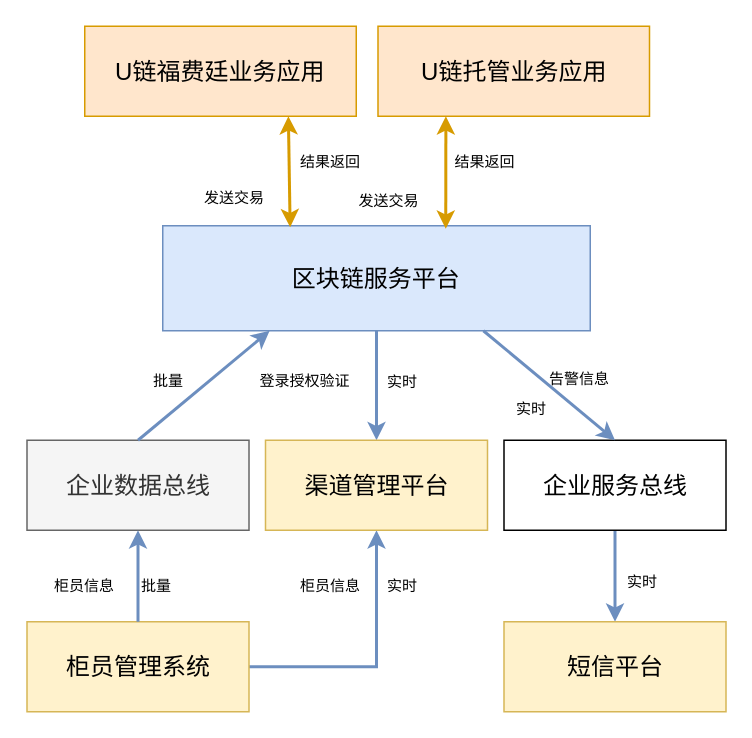
The draw.io diagram repository/drawio/postb/上线部署-逻辑架构图.drawio in dilide/collections, before the edit. Source tidied: cells renumbered, new cells numbered last; positions are measured from the earlier drawing's top-left corner, leaving out a move shared by most shapes. Both pictures are drawn from the tidied source at 150%, with x=0, y=0 at pixel (27, 26).
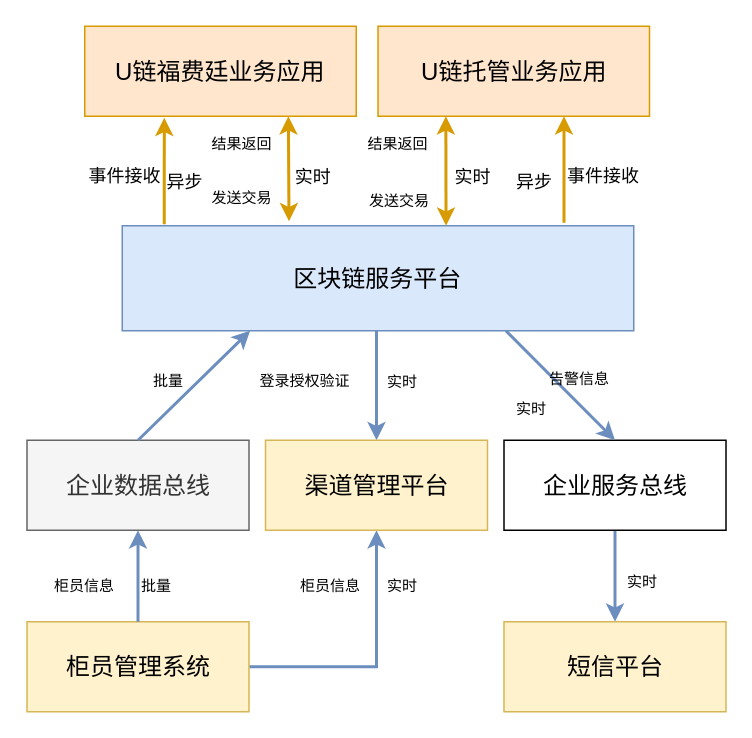
Above is the later version.

Commit message:
Update 上线部署-逻辑架构图.drawio

The change refers to these unchanged cells:
```xml
<mxCell id="4" value="U链福费廷业务应用" style="rounded=0;whiteSpace=wrap;html=1;fontSize=16;fillColor=#ffe6cc;strokeColor=#d79b00;" parent="1" vertex="1">
  <mxGeometry x="38" width="181" height="60" as="geometry" />
</mxCell>
<mxCell id="5" value="U链托管业务应用" style="rounded=0;whiteSpace=wrap;html=1;fontSize=16;fillColor=#ffe6cc;strokeColor=#d79b00;" parent="1" vertex="1">
  <mxGeometry x="233.5" width="181" height="60" as="geometry" />
</mxCell>
<mxCell id="11" value="渠道管理平台" style="rounded=0;whiteSpace=wrap;html=1;fontSize=16;fillColor=#fff2cc;strokeColor=#d6b656;" parent="1" vertex="1">
  <mxGeometry x="158.5" y="276" width="148" height="60" as="geometry" />
</mxCell>
```

What changed in the source:
```diff
@@
     <mxCell id="2" style="edgeStyle=orthogonalEdgeStyle;rounded=0;jettySize=auto;html=1;exitX=0.5;exitY=1;exitDx=0;exitDy=0;entryX=0.5;entryY=0;entryDx=0;entryDy=0;strokeColor=#6C8EBF;strokeWidth=2;fontSize=10;" parent="1" edge="1" source="3" target="11">
-      <mxGeometry relative="1" as="geometry" />
+      <mxGeometry relative="1" as="geometry">
+        <Array as="points">
+          <mxPoint x="233" y="203" />
+        </Array>
+      </mxGeometry>
     </mxCell>
     <mxCell id="3" value="区块链服务平台" style="rounded=0;whiteSpace=wrap;html=1;fontSize=16;fillColor=#dae8fc;strokeColor=#6c8ebf;" parent="1" vertex="1">
-      <mxGeometry x="90" y="133" width="285" height="70" as="geometry" />
+      <mxGeometry x="63" y="133" width="341" height="70" as="geometry" />
     </mxCell>
@@
-    <mxCell id="13" style="endArrow=classic;startArrow=classic;html=1;strokeColor=#d79b00;strokeWidth=2;fontSize=16;entryX=0.75;entryY=1;entryDx=0;entryDy=0;exitX=0.298;exitY=0.014;exitDx=0;exitDy=0;exitPerimeter=0;fillColor=#ffe6cc;" parent="1" edge="1" source="3" target="4">
+    <mxCell id="13" style="endArrow=classic;startArrow=classic;html=1;strokeColor=#d79b00;strokeWidth=2;fontSize=16;entryX=0.75;entryY=1;entryDx=0;entryDy=0;exitX=0.326;exitY=-0.043;exitDx=0;exitDy=0;exitPerimeter=0;fillColor=#ffe6cc;" parent="1" edge="1" source="3" target="4">
       <mxGeometry relative="1" as="geometry" />
     </mxCell>
-    <mxCell id="14" style="endArrow=classic;startArrow=classic;html=1;strokeColor=#d79b00;strokeWidth=2;fontSize=16;entryX=0.25;entryY=1;entryDx=0;entryDy=0;exitX=0.662;exitY=0.029;exitDx=0;exitDy=0;exitPerimeter=0;fillColor=#ffe6cc;" parent="1" edge="1" source="3" target="5">
+    <mxCell id="14" style="endArrow=classic;startArrow=classic;html=1;strokeColor=#d79b00;strokeWidth=2;fontSize=16;entryX=0.25;entryY=1;entryDx=0;entryDy=0;exitX=0.633;exitY=0;exitDx=0;exitDy=0;exitPerimeter=0;fillColor=#ffe6cc;" parent="1" edge="1" source="3" target="5">
       <mxGeometry relative="1" as="geometry" />
     </mxCell>
     <mxCell id="15" value="发送交易" style="text;html=1;align=left;verticalAlign=top;spacingTop=-4;fontSize=10;" parent="1" vertex="1">
-      <mxGeometry x="116" y="106" width="74" height="19" as="geometry" />
+      <mxGeometry x="121" y="106" width="74" height="19" as="geometry" />
     </mxCell>
     <mxCell id="16" value="结果返回" style="text;html=1;align=left;verticalAlign=top;spacingTop=-4;fontSize=10;" parent="1" vertex="1">
-      <mxGeometry x="180" y="82" width="58" height="12" as="geometry" />
+      <mxGeometry x="121" y="70" width="58" height="12" as="geometry" />
     </mxCell>
     <mxCell id="17" value="发送交易" style="text;html=1;align=left;verticalAlign=top;spacingTop=-4;fontSize=10;" parent="1" vertex="1">
-      <mxGeometry x="219" y="107.5" width="58" height="12" as="geometry" />
+      <mxGeometry x="226" y="107.5" width="58" height="12" as="geometry" />
     </mxCell>
     <mxCell id="18" value="结果返回" style="text;html=1;align=left;verticalAlign=top;spacingTop=-4;fontSize=10;" parent="1" vertex="1">
-      <mxGeometry x="283" y="82" width="58" height="12" as="geometry" />
+      <mxGeometry x="225" y="70" width="58" height="12" as="geometry" />
     </mxCell>
@@
+    <mxCell id="32" value="实时" style="text;html=1;align=center;verticalAlign=top;spacingTop=-4;" parent="1" vertex="1">
+      <mxGeometry x="173" y="91" width="34" height="14" as="geometry" />
+    </mxCell>
+    <mxCell id="33" value="实时" style="text;html=1;align=left;verticalAlign=top;spacingTop=-4;" parent="1" vertex="1">
+      <mxGeometry x="283" y="91" width="34" height="14" as="geometry" />
+    </mxCell>
+    <mxCell id="34" style="endArrow=classic;html=1;entryX=0.293;entryY=1.017;entryDx=0;entryDy=0;entryPerimeter=0;strokeWidth=2;fillColor=#ffe6cc;strokeColor=#d79b00;" parent="1" edge="1" target="4">
+      <mxGeometry relative="1" as="geometry">
+        <mxPoint x="91" y="132" as="sourcePoint" />
+      </mxGeometry>
+    </mxCell>
+    <mxCell id="35" value="事件接收" style="text;html=1;align=left;verticalAlign=top;spacingTop=-4;" parent="1" vertex="1">
+      <mxGeometry x="39" y="89.5" width="58" height="14" as="geometry" />
+    </mxCell>
+    <mxCell id="36" value="异步" style="text;html=1;align=left;verticalAlign=top;spacingTop=-4;" parent="1" vertex="1">
+      <mxGeometry x="90.5" y="93.5" width="34" height="14" as="geometry" />
+    </mxCell>
+    <mxCell id="37" style="endArrow=classic;html=1;entryX=0.293;entryY=1.017;entryDx=0;entryDy=0;entryPerimeter=0;strokeWidth=2;fillColor=#ffe6cc;strokeColor=#d79b00;" parent="1" edge="1">
+      <mxGeometry relative="1" as="geometry">
+        <mxPoint x="357.5" y="131" as="sourcePoint" />
+        <mxPoint x="357.5" y="60" as="targetPoint" />
+      </mxGeometry>
+    </mxCell>
+    <mxCell id="38" value="事件接收" style="text;html=1;align=left;verticalAlign=top;spacingTop=-4;" parent="1" vertex="1">
+      <mxGeometry x="358" y="89.5" width="58" height="14" as="geometry" />
+    </mxCell>
+    <mxCell id="39" value="异步" style="text;html=1;align=left;verticalAlign=top;spacingTop=-4;" parent="1" vertex="1">
+      <mxGeometry x="324" y="93.5" width="34" height="14" as="geometry" />
+    </mxCell>
```
